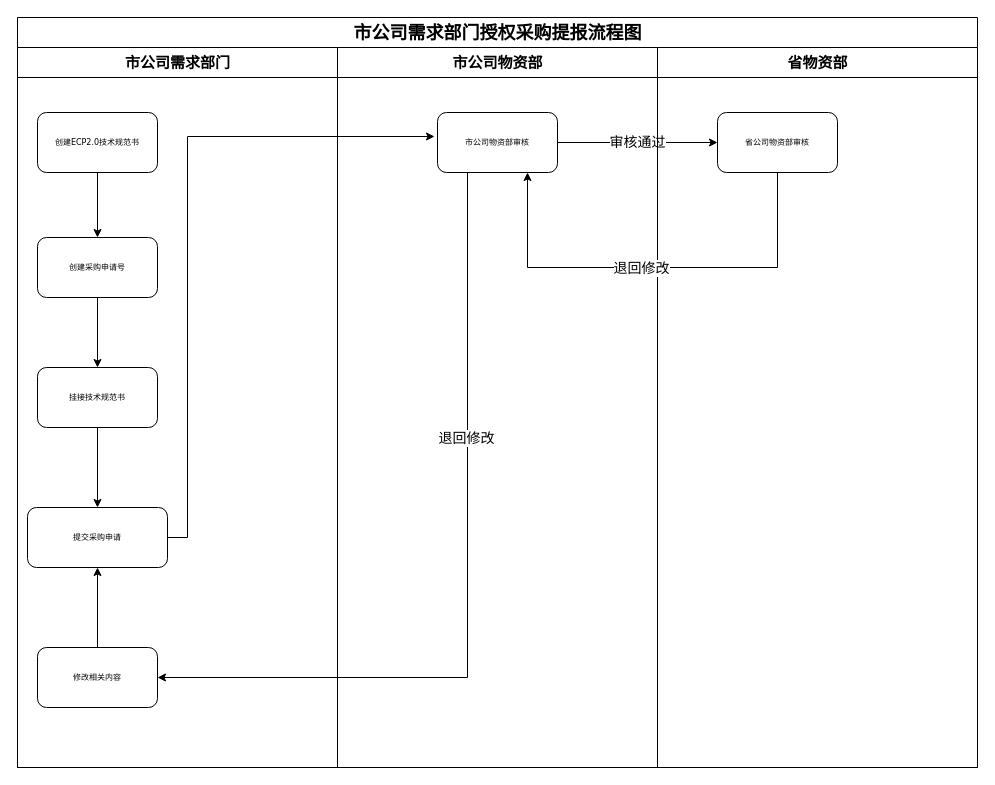
This is 市公司提报流程.drawio from KongValley/hugo, a draw.io file, before an edit. Source tidied: cells renumbered, new cells numbered last; positions are measured from the earlier drawing's top-left corner, leaving out a move shared by most shapes. Both pictures are drawn from the tidied source at 100%, with x=0, y=0 at pixel (17, 17).
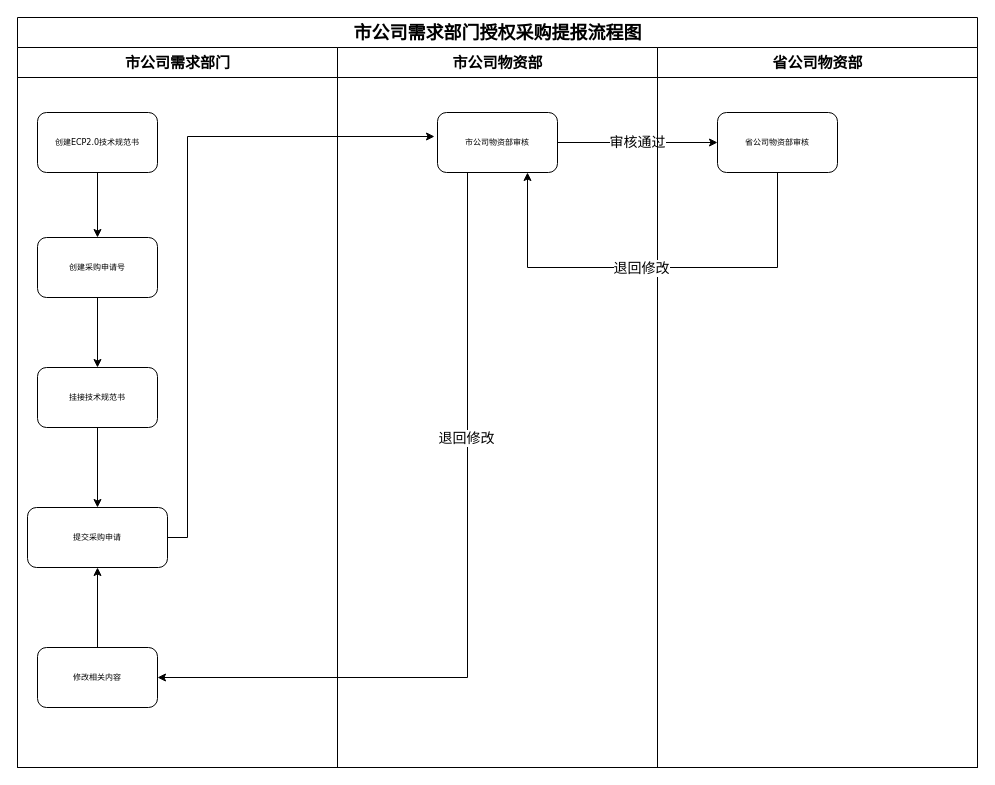
The same diagram, later.

Commit message (it also covers changes not shown here):
Update 市公司提报流程.drawio

Unchanged cells that the change refers to:
```xml
<mxCell id="2" value="&lt;font style=&quot;font-size: 18px&quot;&gt;市公司需求部门授权采购提报流程图&lt;/font&gt;" style="swimlane;html=1;startSize=30;rounded=0;shadow=0;labelBackgroundColor=none;strokeWidth=1;fontFamily=Verdana;fontSize=18;align=center;" parent="1" vertex="1">
  <mxGeometry width="960" height="750" as="geometry" />
</mxCell>
```

Diff of the diagram source:
```diff
@@
-    <mxCell id="12" value="省物资部" style="swimlane;html=1;startSize=30;fontSize=15;" parent="2" vertex="1">
+    <mxCell id="12" value="省公司物资部" style="swimlane;html=1;startSize=30;fontSize=15;" parent="2" vertex="1">
       <mxGeometry x="640" y="30" width="320" height="720" as="geometry" />
     </mxCell>
```
